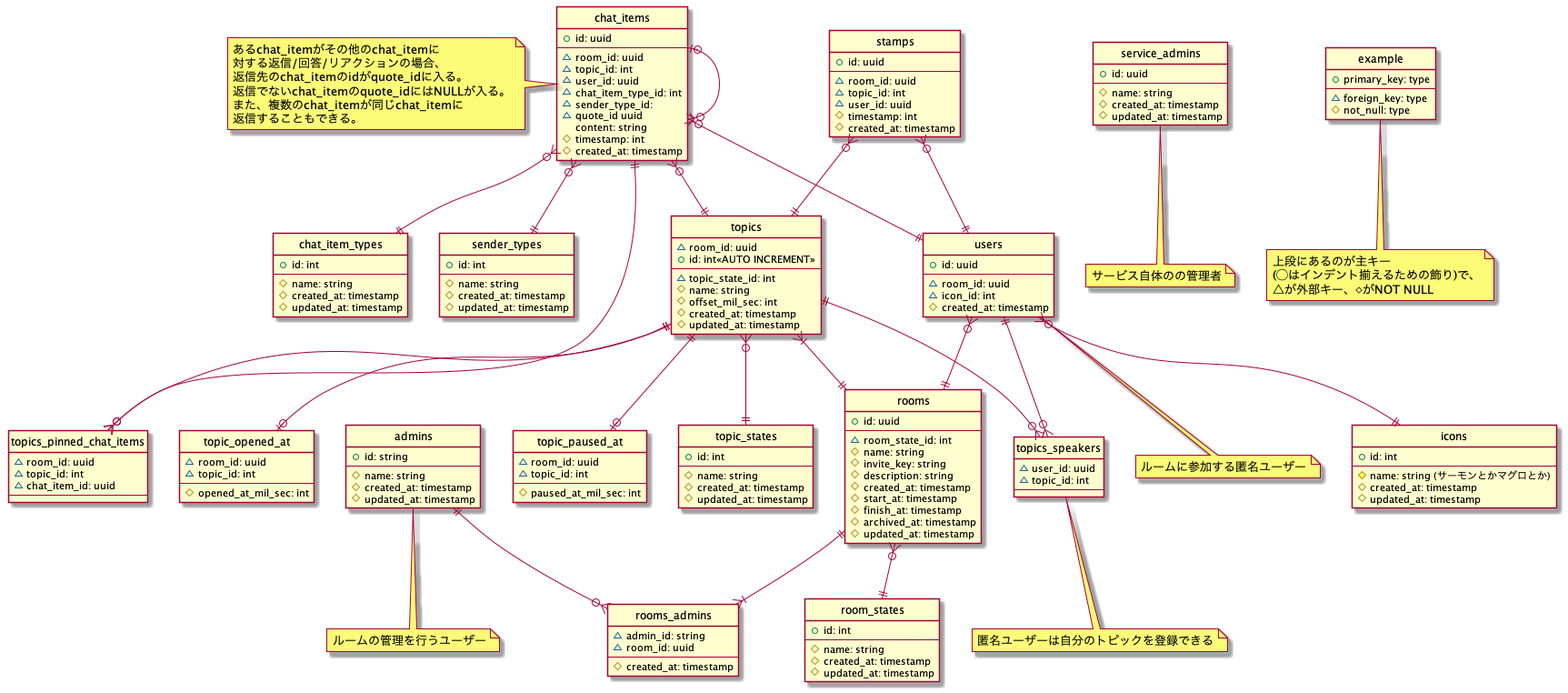
This is doc/ER/ER_logic.png from osushi-academy/sushi-chat, a PlantUML export, as it was before one commit. The source it was exported from:
```plantuml
@startuml

hide circle
skinparam inetype ortho

entity users {
    +id: uuid
    --
    ~room_id: uuid
    ~icon_id: int
    #created_at: timestamp
}
note bottom: ルームに参加する匿名ユーザー

entity topics_speakers{
    ~user_id: uuid
    ~topic_id: int
    --
}
note bottom: 匿名ユーザーは自分のトピックを登録できる

entity admins {
    +id: string
    --
    #name: string
    #created_at: timestamp
    #updated_at: timestamp
}
note bottom: ルームの管理を行うユーザー

entity rooms_admins {
    ~admin_id: string
    ~room_id: uuid
    --
    #created_at: timestamp
}

entity service_admins {
    +id: uuid
    --
    #name: string
    #created_at: timestamp
    #updated_at: timestamp
}
note bottom: サービス自体のの管理者

entity icons {
    +id: int
    --
    #name: string (サーモンとかマグロとか)
    #created_at: timestamp
    #updated_at: timestamp
}

entity rooms {
    +id: uuid
    --
    ~room_state_id: int
    #name: string
    #invite_key: string
    #description: string
    #created_at: timestamp
    #start_at: timestamp
    #finish_at: timestamp
    #archived_at: timestamp
    #updated_at: timestamp
}

entity room_states {
    +id: int
    --
    #name: string
    #created_at: timestamp
    #updated_at: timestamp
}

entity topics {
    ~room_id: uuid
    +id: int<<AUTO INCREMENT>>
    --
    ~topic_state_id: int
    #name: string
    #offset_mil_sec: int
    #created_at: timestamp
    #updated_at: timestamp
}

entity topics_pinned_chat_items {
    ~room_id: uuid
    ~topic_id: int
    ~chat_item_id: uuid
    --
}

entity topic_states {
    +id: int
    --
    #name: string
    #created_at: timestamp
    #updated_at: timestamp
}

entity topic_opened_at {
    ~room_id: uuid
    ~topic_id: int
    --
    #opened_at_mil_sec: int
}

entity topic_paused_at{
    ~room_id: uuid
    ~topic_id: int
    --
    #paused_at_mil_sec: int
}

entity chat_items {
    +id: uuid
    --
    ~room_id: uuid
    ~topic_id: int
    ~user_id: uuid
    ~chat_item_type_id: int
    ~sender_type_id:
    ~quote_id uuid
    content: string
    #timestamp: int
    #created_at: timestamp
}
note left of chat_items
 あるchat_itemがその他のchat_itemに
 対する返信/回答/リアクションの場合、
 返信先のchat_itemのidがquote_idに入る。
 返信でないchat_itemのquote_idにはNULLが入る。
 また、複数のchat_itemが同じchat_itemに
 返信することもできる。
end note

entity chat_item_types {
    +id: int
    --
    #name: string
    #created_at: timestamp
    #updated_at: timestamp
}

entity sender_types {
    +id: int
    --
    #name: string
    #created_at: timestamp
    #updated_at: timestamp
}

entity stamps {
    +id: uuid
    --
    ~room_id: uuid
    ~topic_id: int
    ~user_id: uuid
    #timestamp: int
    #created_at: timestamp
}

users }o--|| icons
users }o--|| rooms
users ||--o{ topics_speakers
topics ||--o{ topics_speakers
admins ||--o{ rooms_admins
rooms ||--|{ rooms_admins
rooms }o--|| room_states
topics }|--|| rooms
topics ||--o{ topics_pinned_chat_items
topics }o--|| topic_states
topics ||--o| topic_opened_at
topics ||--o| topic_paused_at
chat_items||--o{ topics_pinned_chat_items
chat_items }o--|| topics
chat_items }o--|| users
chat_items }o--|| chat_item_types
chat_items |o--o{ chat_items
chat_items }o--|| sender_types
stamps }o--|| topics
stamps }o--|| users

entity example {
    +primary_key: type
    --
    ~foreign_key: type
    #not_null: type
}
note bottom: 上段にあるのが主キー\n(◯はインデント揃えるための飾り)で、\n△が外部キー、◇がNOT NULL

@enduml
```
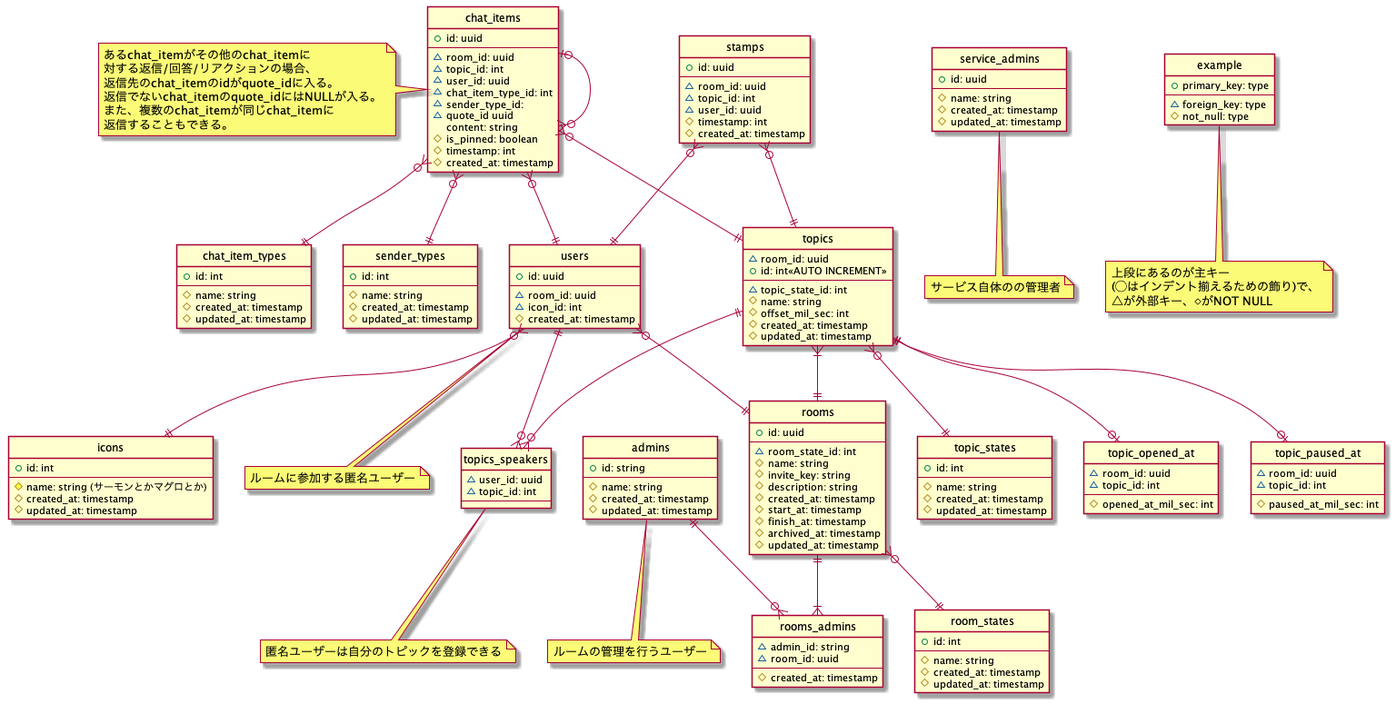
After the commit.

Diff of the diagram source:
```diff
@@ -85,13 +85,6 @@
     #updated_at: timestamp
 }
 
-entity topics_pinned_chat_items {
-    ~room_id: uuid
-    ~topic_id: int
-    ~chat_item_id: uuid
-    --
-}
-
 entity topic_states {
     +id: int
     --
@@ -124,6 +117,7 @@
     ~sender_type_id:
     ~quote_id uuid
     content: string
+    #is_pinned: boolean
     #timestamp: int
     #created_at: timestamp
 }
@@ -170,11 +164,9 @@
 rooms ||--|{ rooms_admins
 rooms }o--|| room_states
 topics }|--|| rooms
-topics ||--o{ topics_pinned_chat_items
 topics }o--|| topic_states
 topics ||--o| topic_opened_at
 topics ||--o| topic_paused_at
-chat_items||--o{ topics_pinned_chat_items
 chat_items }o--|| topics
 chat_items }o--|| users
 chat_items }o--|| chat_item_types
```
